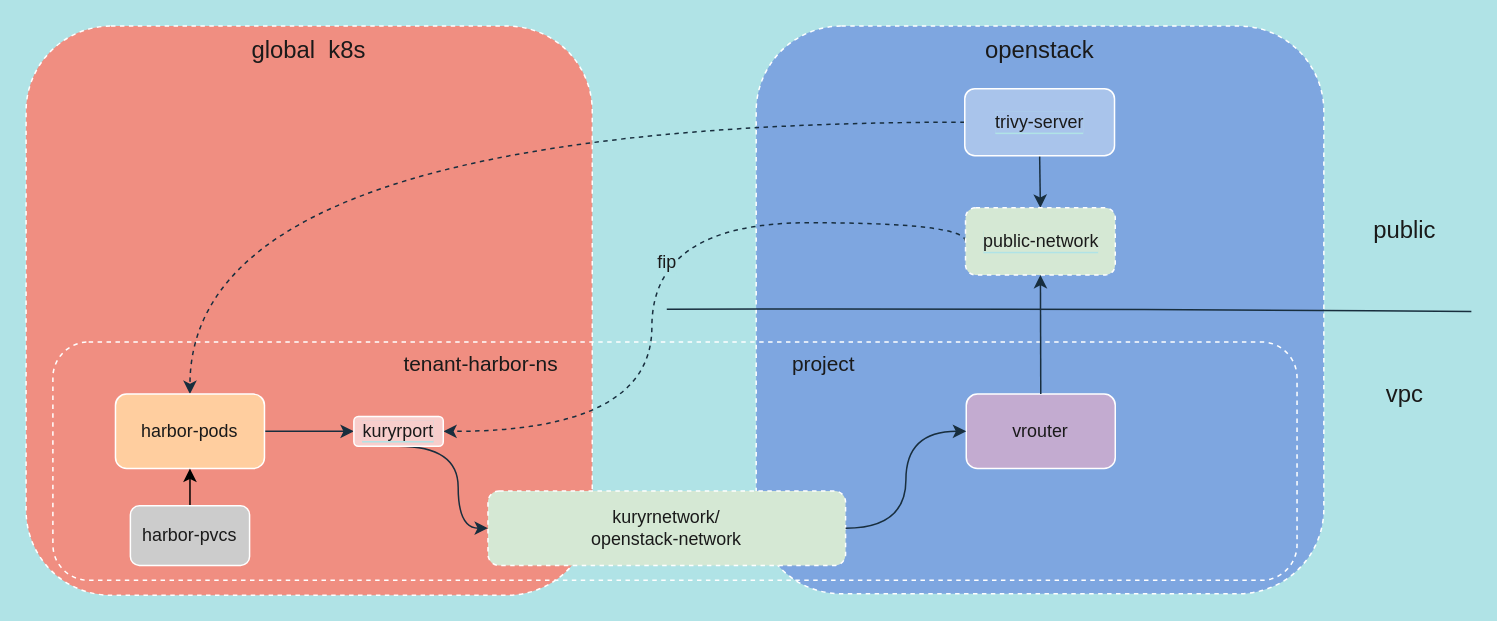
Above: 容器镜像服务.drawio in Riverdd/picture (draw.io), before the change. Source tidied: cells renumbered, new cells numbered last; positions are measured from the earlier drawing's top-left corner, leaving out a move shared by most shapes. Both pictures are drawn from the tidied source at 149%, with x=0, y=0 at pixel (25, 25).
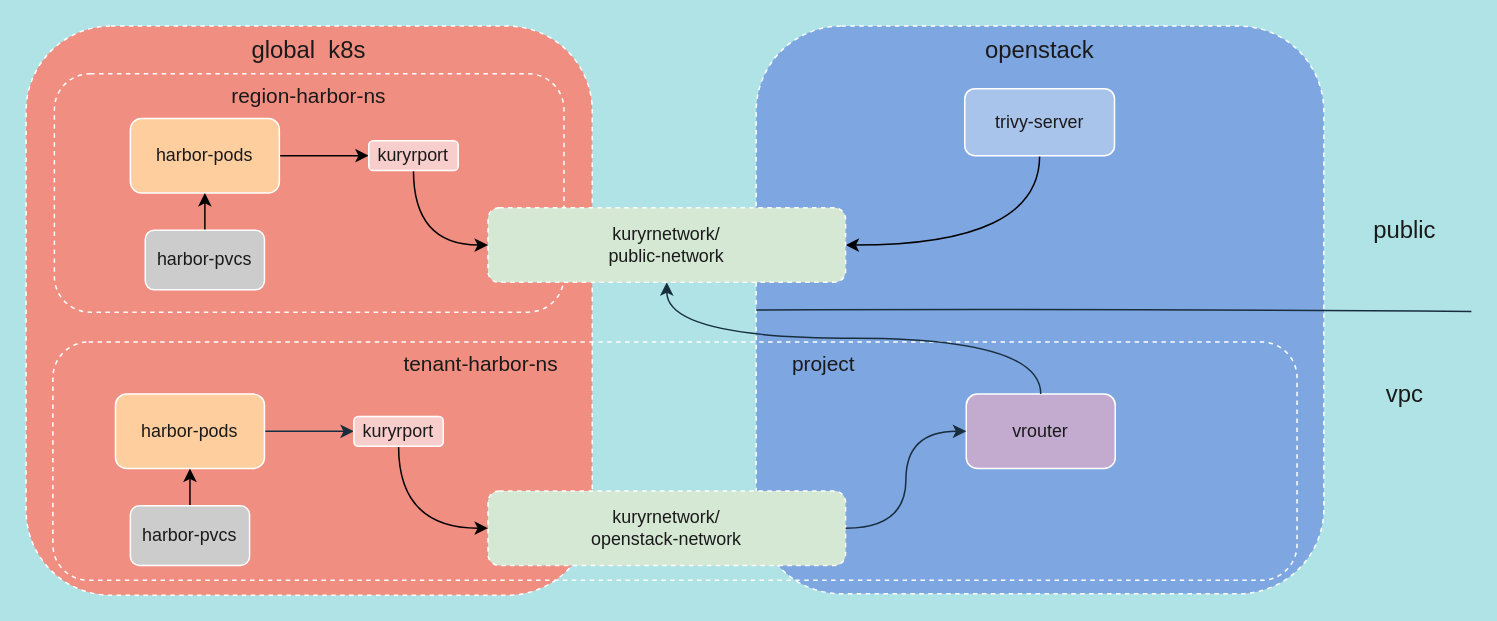
The same page after the edit.

Commit message:
更新容器镜像服务.drawio

Unchanged cells that the change refers to:
```xml
<mxCell id="3" value="&lt;font style=&quot;font-size: 16px;&quot;&gt;openstack&lt;/font&gt;" style="whiteSpace=wrap;html=1;dashed=1;align=center;verticalAlign=top;rounded=1;fillColor=#7EA6E0;strokeColor=#FFFFFF;fontColor=#1A1A1A;" parent="1" vertex="1">
  <mxGeometry x="490" width="381" height="381" as="geometry" />
</mxCell>
<mxCell id="14" value="harbor-pods" style="rounded=1;whiteSpace=wrap;html=1;fontSize=12;fillColor=#FFCE9F;strokeColor=#FFFFFF;fontColor=#1A1A1A;" parent="1" vertex="1">
  <mxGeometry x="60" y="247" width="100" height="50" as="geometry" />
</mxCell>
<mxCell id="16" value="harbor-pvcs" style="rounded=1;whiteSpace=wrap;html=1;fontSize=12;fillColor=#CCCCCC;strokeColor=#FFFFFF;fontColor=#1A1A1A;" parent="1" vertex="1">
  <mxGeometry x="70" y="322" width="80" height="40" as="geometry" />
</mxCell>
<mxCell id="17" value="kuryrnetwork/&lt;br&gt;openstack-network" style="rounded=1;whiteSpace=wrap;html=1;fontSize=12;dashed=1;fillColor=#D5E8D4;strokeColor=#FFFFFF;fontColor=#1A1A1A;" parent="1" vertex="1">
  <mxGeometry x="310" y="312" width="240" height="50" as="geometry" />
</mxCell>
```

Diff of the diagram source:
```diff
@@
-    <mxCell id="4" style="endArrow=none;html=1;rounded=1;fontSize=12;curved=1;labelBackgroundColor=#B0E3E6;strokeColor=#182E3E;fontColor=#1A1A1A;" parent="1" edge="1">
+    <mxCell id="4" style="endArrow=none;html=1;rounded=1;fontSize=12;curved=1;labelBackgroundColor=#B0E3E6;strokeColor=#182E3E;fontColor=#1A1A1A;exitX=0;exitY=0.5;exitDx=0;exitDy=0;" parent="1" edge="1" source="3">
       <mxGeometry relative="1" as="geometry">
-        <mxPoint x="430" y="190" as="sourcePoint" />
         <mxPoint x="970" y="191.5" as="targetPoint" />
         <Array as="points">
           <mxPoint x="700" y="189.5" />
         </Array>
       </mxGeometry>
     </mxCell>
@@
-    <mxCell id="7" style="edgeStyle=orthogonalEdgeStyle;curved=1;rounded=1;jettySize=auto;html=1;exitX=0.5;exitY=1;exitDx=0;exitDy=0;entryX=0.5;entryY=0;entryDx=0;entryDy=0;fontSize=14;labelBackgroundColor=#B0E3E6;strokeColor=#182E3E;fontColor=#1A1A1A;" parent="1" edge="1" source="24" target="12">
-      <mxGeometry relative="1" as="geometry" />
-    </mxCell>
@@
-    <mxCell id="9" style="edgeStyle=orthogonalEdgeStyle;curved=1;rounded=1;jettySize=auto;html=1;exitX=0;exitY=0.5;exitDx=0;exitDy=0;entryX=0.5;entryY=0;entryDx=0;entryDy=0;dashed=1;fontSize=14;labelBackgroundColor=#B0E3E6;strokeColor=#182E3E;fontColor=#1A1A1A;" parent="1" edge="1" source="24" target="14">
-      <mxGeometry relative="1" as="geometry" />
-    </mxCell>
-    <mxCell id="10" style="edgeStyle=orthogonalEdgeStyle;curved=1;rounded=1;jettySize=auto;html=1;exitX=0;exitY=0.5;exitDx=0;exitDy=0;entryX=1;entryY=0.5;entryDx=0;entryDy=0;fontSize=12;dashed=1;labelBackgroundColor=#B0E3E6;strokeColor=#182E3E;fontColor=#1A1A1A;" parent="1" edge="1" source="12" target="19">
-      <mxGeometry relative="1" as="geometry">
-        <Array as="points">
-          <mxPoint x="631" y="132" />
-          <mxPoint x="420" y="132" />
-          <mxPoint x="420" y="272" />
-        </Array>
-      </mxGeometry>
-    </mxCell>
-    <mxCell id="11" value="fip" style="edgeLabel;html=1;align=center;verticalAlign=middle;fontSize=12;labelBackgroundColor=#B0E3E6;fontColor=#1A1A1A;" parent="10" vertex="1">
-      <mxGeometry x="-0.01" y="9" relative="1" as="geometry" />
-    </mxCell>
-    <mxCell id="12" value="&lt;span style=&quot;background-color: rgb(213, 232, 212);&quot;&gt;public-network&lt;/span&gt;" style="rounded=1;whiteSpace=wrap;html=1;labelBackgroundColor=#B0E3E6;fontSize=12;dashed=1;fillColor=#D5E8D4;strokeColor=#FFFFFF;fontColor=#1A1A1A;" parent="1" vertex="1">
-      <mxGeometry x="630.5" y="122" width="100.5" height="45" as="geometry" />
-    </mxCell>
@@
-    <mxCell id="15" style="edgeStyle=orthogonalEdgeStyle;rounded=0;jettySize=auto;html=1;exitX=0.5;exitY=0;exitDx=0;exitDy=0;entryX=0.5;entryY=1;entryDx=0;entryDy=0;" parent="1" edge="1" source="16" target="14">
+    <mxCell id="15" style="edgeStyle=orthogonalEdgeStyle;rounded=1;jettySize=auto;html=1;exitX=0.5;exitY=0;exitDx=0;exitDy=0;entryX=0.5;entryY=1;entryDx=0;entryDy=0;curved=1;" parent="1" edge="1" source="16" target="14">
       <mxGeometry relative="1" as="geometry" />
     </mxCell>
@@
-    <mxCell id="18" style="edgeStyle=orthogonalEdgeStyle;curved=1;rounded=1;jettySize=auto;html=1;exitX=0.5;exitY=1;exitDx=0;exitDy=0;entryX=0;entryY=0.5;entryDx=0;entryDy=0;fontSize=12;labelBackgroundColor=#B0E3E6;strokeColor=#182E3E;fontColor=#1A1A1A;" parent="1" edge="1" source="19" target="17">
-      <mxGeometry relative="1" as="geometry">
-        <Array as="points">
-          <mxPoint x="290" y="282" />
-          <mxPoint x="290" y="337" />
-        </Array>
-      </mxGeometry>
+    <mxCell id="18" style="edgeStyle=orthogonalEdgeStyle;curved=1;rounded=1;jettySize=auto;html=1;exitX=0.5;exitY=1;exitDx=0;exitDy=0;entryX=0;entryY=0.5;entryDx=0;entryDy=0;" parent="1" edge="1" source="19" target="17">
+      <mxGeometry relative="1" as="geometry" />
     </mxCell>
-    <mxCell id="19" value="&lt;span style=&quot;background-color: rgb(248, 206, 204);&quot;&gt;kuryrport&lt;/span&gt;" style="rounded=1;whiteSpace=wrap;html=1;labelBackgroundColor=#B0E3E6;fontSize=12;fillColor=#F8CECC;strokeColor=#FFFFFF;fontColor=#1A1A1A;" parent="1" vertex="1">
+    <mxCell id="19" value="&lt;span style=&quot;&quot;&gt;kuryrport&lt;/span&gt;" style="rounded=1;whiteSpace=wrap;html=1;labelBackgroundColor=none;fontSize=12;fillColor=#F8CECC;strokeColor=#FFFFFF;fontColor=#1A1A1A;" parent="1" vertex="1">
       <mxGeometry x="220" y="262" width="60" height="20" as="geometry" />
     </mxCell>
@@
-    <mxCell id="23" value="&lt;span style=&quot;caret-color: rgb(26, 26, 26); color: rgb(26, 26, 26); font-family: Helvetica; font-size: 14px; font-style: normal; font-variant-caps: normal; font-weight: 400; letter-spacing: normal; text-align: center; text-indent: 0px; text-transform: none; word-spacing: 0px; -webkit-text-stroke-width: 0px; text-decoration: none; float: none; display: inline !important;&quot;&gt;tenant-harbor-ns&lt;/span&gt;" style="text;html=1;align=center;verticalAlign=middle;strokeColor=none;fillColor=none;labelBackgroundColor=none;" parent="1" vertex="1">
+    <mxCell id="23" value="&lt;span style=&quot;caret-color: rgb(26, 26, 26); color: rgb(26, 26, 26); font-family: Helvetica; font-size: 14px; font-style: normal; font-variant-caps: normal; font-weight: 400; letter-spacing: normal; text-align: center; text-indent: 0px; text-transform: none; word-spacing: 0px; -webkit-text-stroke-width: 0px; text-decoration: none; float: none; display: inline !important;&quot;&gt;tenant-harbor-ns&lt;/span&gt;" style="text;html=1;align=center;verticalAlign=middle;strokeColor=none;fillColor=none;labelBackgroundColor=none;rounded=1;" parent="1" vertex="1">
       <mxGeometry x="240" y="212" width="130" height="30" as="geometry" />
     </mxCell>
+    <mxCell id="7" style="edgeStyle=orthogonalEdgeStyle;rounded=1;jettySize=auto;html=1;exitX=0.5;exitY=1;exitDx=0;exitDy=0;entryX=1;entryY=0.5;entryDx=0;entryDy=0;curved=1;" parent="1" edge="1" source="24" target="12">
+      <mxGeometry relative="1" as="geometry" />
+    </mxCell>
-    <mxCell id="24" value="&lt;span style=&quot;background-color: rgb(169, 196, 235);&quot;&gt;trivy-server&lt;/span&gt;" style="rounded=1;whiteSpace=wrap;html=1;labelBackgroundColor=#B0E3E6;fontSize=12;fillColor=#A9C4EB;strokeColor=#FFFFFF;fontColor=#1A1A1A;" parent="1" vertex="1">
+    <mxCell id="24" value="&lt;span style=&quot;&quot;&gt;trivy-server&lt;/span&gt;" style="rounded=1;whiteSpace=wrap;html=1;labelBackgroundColor=none;fontSize=12;fillColor=#A9C4EB;strokeColor=#FFFFFF;fontColor=#1A1A1A;" parent="1" vertex="1">
       <mxGeometry x="630" y="42" width="100.5" height="45" as="geometry" />
     </mxCell>
-    <mxCell id="25" value="&lt;font color=&quot;#1a1a1a&quot;&gt;&lt;span style=&quot;caret-color: rgb(26, 26, 26); font-size: 14px;&quot;&gt;project&lt;/span&gt;&lt;/font&gt;" style="text;html=1;align=center;verticalAlign=middle;strokeColor=none;fillColor=none;labelBackgroundColor=none;" parent="1" vertex="1">
+    <mxCell id="25" value="&lt;font color=&quot;#1a1a1a&quot;&gt;&lt;span style=&quot;caret-color: rgb(26, 26, 26); font-size: 14px;&quot;&gt;project&lt;/span&gt;&lt;/font&gt;" style="text;html=1;align=center;verticalAlign=middle;strokeColor=none;fillColor=none;labelBackgroundColor=none;rounded=1;" parent="1" vertex="1">
       <mxGeometry x="500" y="212" width="70" height="30" as="geometry" />
     </mxCell>
+    <mxCell id="26" value="&lt;span style=&quot;&quot;&gt;region-harbor-ns&lt;/span&gt;" style="rounded=1;whiteSpace=wrap;html=1;dashed=1;labelBackgroundColor=none;fontSize=14;verticalAlign=top;fillColor=none;strokeColor=#FFFFFF;fontColor=#1A1A1A;" parent="1" vertex="1">
+      <mxGeometry x="19" y="32" width="342" height="160" as="geometry" />
+    </mxCell>
+    <mxCell id="27" style="edgeStyle=orthogonalEdgeStyle;curved=1;rounded=1;jettySize=auto;html=1;exitX=1;exitY=0.5;exitDx=0;exitDy=0;entryX=0;entryY=0.5;entryDx=0;entryDy=0;" parent="1" edge="1" source="28" target="32">
+      <mxGeometry relative="1" as="geometry" />
+    </mxCell>
+    <mxCell id="28" value="harbor-pods" style="rounded=1;whiteSpace=wrap;html=1;fontSize=12;fillColor=#FFCE9F;strokeColor=#FFFFFF;fontColor=#1A1A1A;" parent="1" vertex="1">
+      <mxGeometry x="70" y="62" width="100" height="50" as="geometry" />
+    </mxCell>
+    <mxCell id="29" style="edgeStyle=orthogonalEdgeStyle;curved=1;rounded=1;jettySize=auto;html=1;exitX=0.5;exitY=0;exitDx=0;exitDy=0;entryX=0.5;entryY=1;entryDx=0;entryDy=0;" parent="1" edge="1" source="30" target="28">
+      <mxGeometry relative="1" as="geometry" />
+    </mxCell>
+    <mxCell id="30" value="harbor-pvcs" style="rounded=1;whiteSpace=wrap;html=1;fontSize=12;fillColor=#CCCCCC;strokeColor=#FFFFFF;fontColor=#1A1A1A;" parent="1" vertex="1">
+      <mxGeometry x="80" y="137" width="80" height="40" as="geometry" />
+    </mxCell>
+    <mxCell id="31" style="edgeStyle=orthogonalEdgeStyle;curved=1;rounded=1;jettySize=auto;html=1;exitX=0.5;exitY=1;exitDx=0;exitDy=0;entryX=0;entryY=0.5;entryDx=0;entryDy=0;" parent="1" edge="1" source="32" target="12">
+      <mxGeometry relative="1" as="geometry" />
+    </mxCell>
+    <mxCell id="32" value="&lt;span style=&quot;&quot;&gt;kuryrport&lt;/span&gt;" style="rounded=1;whiteSpace=wrap;html=1;labelBackgroundColor=none;fontSize=12;fillColor=#F8CECC;strokeColor=#FFFFFF;fontColor=#1A1A1A;" parent="1" vertex="1">
+      <mxGeometry x="230" y="77" width="60" height="20" as="geometry" />
+    </mxCell>
+    <mxCell id="12" value="kuryrnetwork/&lt;br&gt;public-network" style="rounded=1;whiteSpace=wrap;html=1;labelBackgroundColor=none;fontSize=12;dashed=1;fillColor=#D5E8D4;strokeColor=#FFFFFF;fontColor=#1A1A1A;" parent="1" vertex="1">
+      <mxGeometry x="310" y="122" width="240" height="50" as="geometry" />
+    </mxCell>
```
